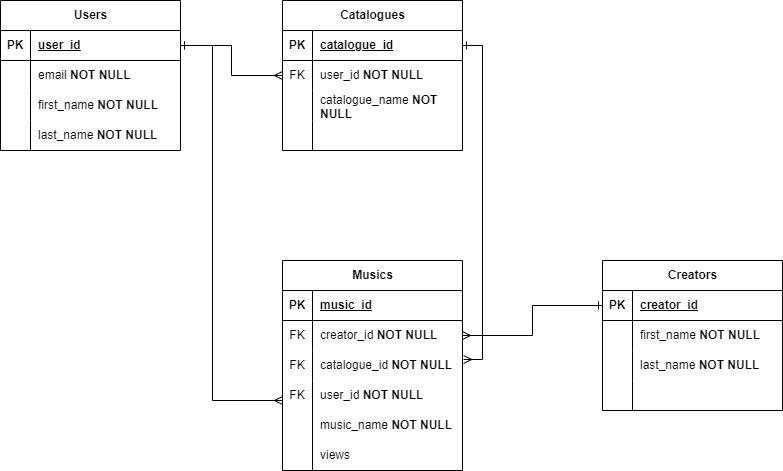
Before: lab1/ERD_handmade.drawio.png, a diagram exported from draw.io (DeSP1C/FAM-BD). Source tidied: cells renumbered, new cells last; positions are measured from the earlier drawing's top-left corner, leaving out a move shared by most shapes.
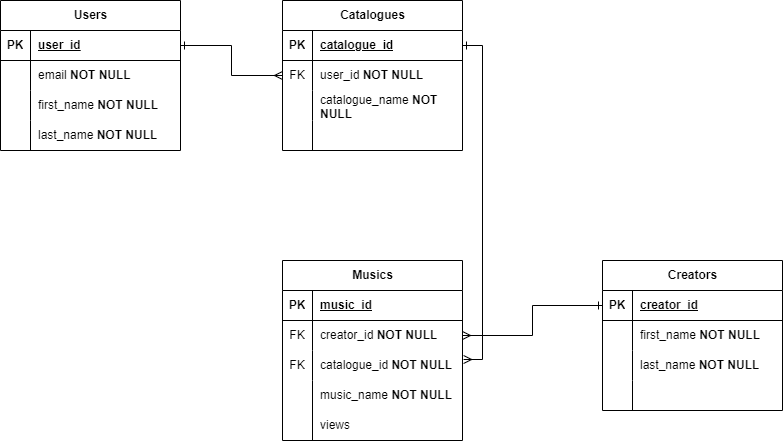
The same diagram one commit later.

The edit, as a diff of the source:
```diff
@@ -42,7 +42,7 @@
       <mxGeometry x="30" width="150" height="30" as="geometry" />
     </mxCell>
     <mxCell id="15" value="Musics" style="shape=table;startSize=30;rowLines=0;fontStyle=1;align=center;html=1;" parent="1" vertex="1">
-      <mxGeometry x="282" y="260" width="180" height="210" as="geometry" />
+      <mxGeometry x="282" y="260" width="180" height="180" as="geometry" />
     </mxCell>
     <mxCell id="16" style="shape=tableRow;horizontal=0;startSize=0;swimlaneHead=0;swimlaneBody=0;fillColor=none;top=0;left=0;right=0;bottom=1;" parent="15" vertex="1">
       <mxGeometry y="30" width="180" height="30" as="geometry" />
@@ -72,13 +72,13 @@
       <mxGeometry x="30" width="150" height="30" as="geometry" />
     </mxCell>
     <mxCell id="25" style="shape=tableRow;horizontal=0;startSize=0;swimlaneHead=0;swimlaneBody=0;fillColor=none;top=0;left=0;right=0;bottom=0;" parent="15" vertex="1">
-      <mxGeometry y="120" width="180" height="90" as="geometry" />
+      <mxGeometry y="120" width="180" height="60" as="geometry" />
     </mxCell>
     <mxCell id="26" style="shape=partialRectangle;fillColor=none;top=0;left=0;bottom=0;right=0;overflow=hidden;whiteSpace=wrap;html=1;" parent="25" vertex="1">
-      <mxGeometry width="30" height="90" as="geometry" />
+      <mxGeometry width="30" height="60" as="geometry" />
     </mxCell>
     <mxCell id="27" style="shape=partialRectangle;fillColor=none;top=0;left=0;bottom=0;right=0;align=left;spacingLeft=6;overflow=hidden;whiteSpace=wrap;html=1;" parent="25" vertex="1">
-      <mxGeometry x="30" width="150" height="90" as="geometry" />
+      <mxGeometry x="30" width="150" height="60" as="geometry" />
     </mxCell>
     <mxCell id="28" value="Creators" style="shape=table;startSize=30;rowLines=0;fontStyle=1;align=center;html=1;" parent="1" vertex="1">
       <mxGeometry x="602" y="260" width="180" height="150" as="geometry" />
@@ -158,30 +158,15 @@
     <mxCell id="53" style="shape=partialRectangle;fillColor=none;top=0;left=0;bottom=0;right=0;align=left;spacingLeft=6;overflow=hidden;whiteSpace=wrap;html=1;" parent="51" vertex="1">
       <mxGeometry x="30" width="150" height="30" as="geometry" />
     </mxCell>
-    <mxCell id="54" value="user_id&amp;nbsp;&lt;b&gt;NOT NULL&lt;/b&gt;" style="shape=partialRectangle;fillColor=none;top=0;left=0;bottom=0;right=0;align=left;spacingLeft=6;overflow=hidden;whiteSpace=wrap;html=1;" parent="1" vertex="1">
-      <mxGeometry x="312" y="380" width="150" height="30" as="geometry" />
-    </mxCell>
     <mxCell id="55" value="music_name&amp;nbsp;&lt;b&gt;NOT NULL&lt;/b&gt;" style="shape=partialRectangle;fillColor=none;top=0;left=0;bottom=0;right=0;align=left;spacingLeft=6;overflow=hidden;whiteSpace=wrap;html=1;" parent="1" vertex="1">
-      <mxGeometry x="312" y="410" width="150" height="30" as="geometry" />
+      <mxGeometry x="312" y="380" width="150" height="30" as="geometry" />
     </mxCell>
     <mxCell id="56" value="views" style="shape=partialRectangle;fillColor=none;top=0;left=0;bottom=0;right=0;align=left;spacingLeft=6;overflow=hidden;whiteSpace=wrap;html=1;" parent="1" vertex="1">
-      <mxGeometry x="312" y="440" width="150" height="30" as="geometry" />
+      <mxGeometry x="312" y="410" width="150" height="30" as="geometry" />
     </mxCell>
-    <mxCell id="57" value="FK" style="shape=partialRectangle;fillColor=none;top=0;left=0;bottom=0;right=0;overflow=hidden;whiteSpace=wrap;html=1;" parent="1" vertex="1">
-      <mxGeometry x="282" y="380" width="30" height="30" as="geometry" />
-    </mxCell>
     <mxCell id="58" style="edgeStyle=orthogonalEdgeStyle;rounded=0;jettySize=auto;html=1;exitX=1;exitY=0.5;exitDx=0;exitDy=0;entryX=0;entryY=0.5;entryDx=0;entryDy=0;endArrow=ERmany;endFill=0;startArrow=ERone;startFill=0;" parent="1" edge="1" source="3" target="45">
       <mxGeometry relative="1" as="geometry" />
     </mxCell>
-    <mxCell id="59" style="rounded=0;jettySize=auto;html=1;exitX=1;exitY=0.5;exitDx=0;exitDy=0;edgeStyle=orthogonalEdgeStyle;endArrow=ERmany;endFill=0;startArrow=ERone;startFill=0;" parent="1" edge="1" source="3">
-      <mxGeometry relative="1" as="geometry">
-        <mxPoint x="282" y="400" as="targetPoint" />
-        <Array as="points">
-          <mxPoint x="212" y="45" />
-          <mxPoint x="212" y="400" />
-        </Array>
-      </mxGeometry>
-    </mxCell>
     <mxCell id="60" style="edgeStyle=orthogonalEdgeStyle;rounded=0;jettySize=auto;html=1;exitX=0;exitY=0.5;exitDx=0;exitDy=0;entryX=1;entryY=0.5;entryDx=0;entryDy=0;endArrow=ERmany;endFill=0;startArrow=ERone;startFill=0;" parent="1" edge="1" source="29" target="19">
       <mxGeometry relative="1" as="geometry" />
     </mxCell>
```
